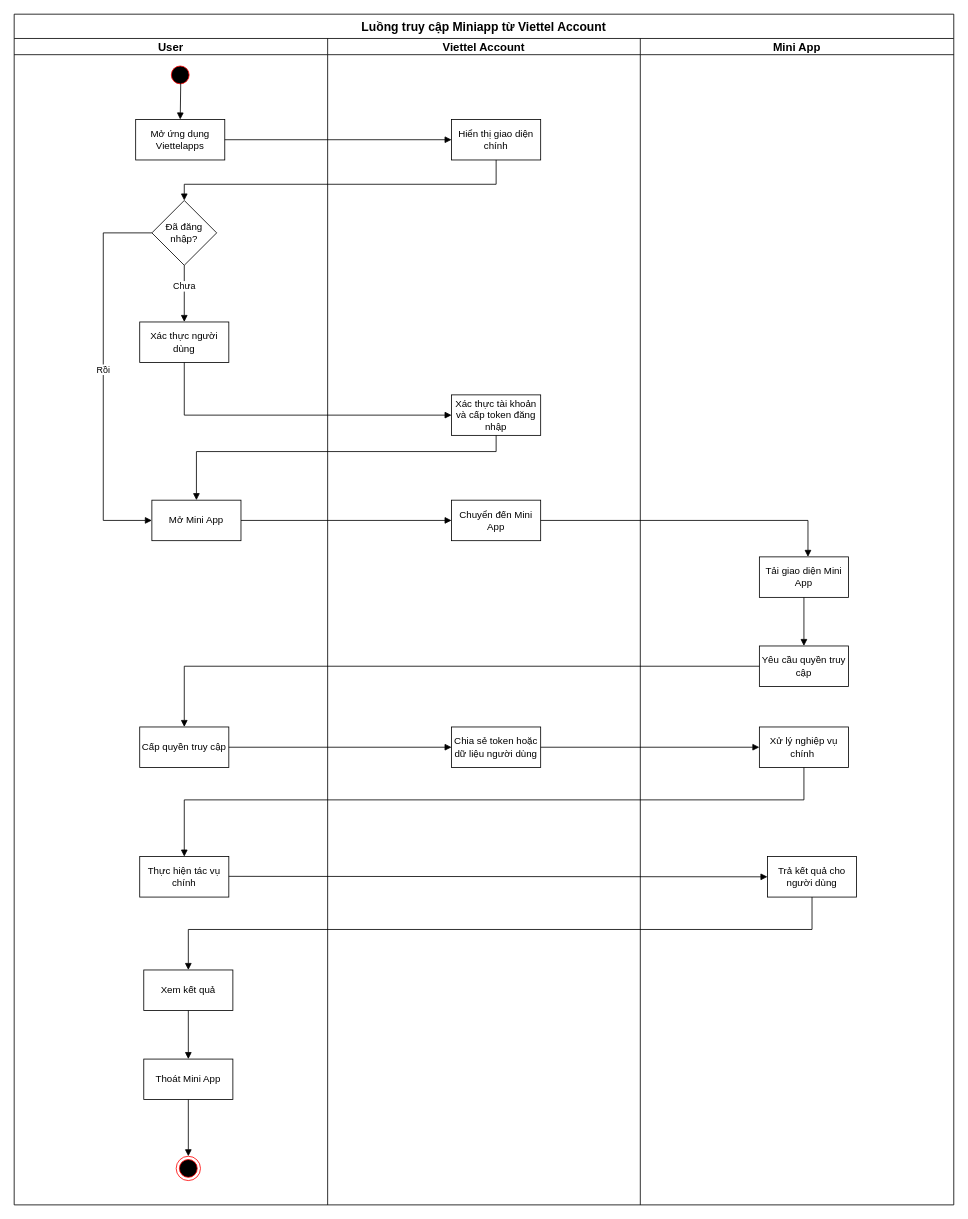
Earlier version of the draw.io diagram page "Trang-2" (2 of 2) of ViettelID.drawio (NamKhanhIT2/draw). Source tidied: cells renumbered, new cells numbered last; positions are measured from the earlier drawing's top-left corner, leaving out a move shared by most shapes. Both pictures are drawn from the tidied source at 81%, with x=0, y=0 at pixel (14, 14).
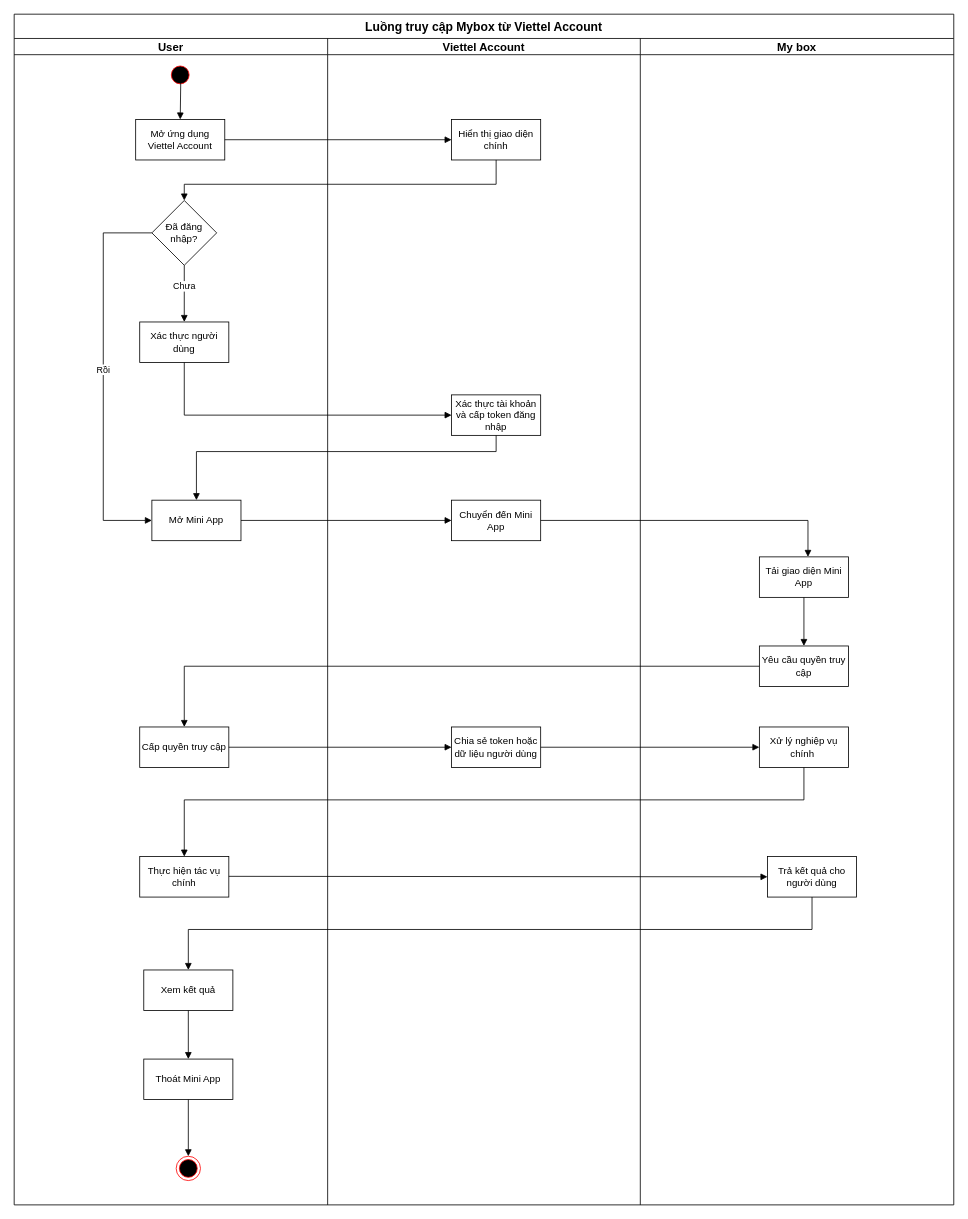
After the change.

Commit message:
Cập nhật ViettelID.drawio

Unchanged cells that the change refers to:
```xml
<mxCell id="3" style="shape=tableRow;horizontal=0;startSize=0;swimlaneHead=0;swimlaneBody=0;strokeColor=inherit;top=0;left=0;bottom=0;right=0;fillColor=none;" parent="2" vertex="1">
  <mxGeometry y="30" width="1160" height="20" as="geometry" />
</mxCell>
```

Change to the diagram source:
```diff
@@
-    <mxCell id="2" value="Luồng truy cập Miniapp từ Viettel Account" style="shape=table;startSize=30;childLayout=tableLayout;fontSize=15;fontStyle=1;" parent="1" vertex="1">
+    <mxCell id="2" value="Luồng truy cập Mybox từ Viettel Account" style="shape=table;startSize=30;childLayout=tableLayout;fontSize=15;fontStyle=1;" parent="1" vertex="1">
       <mxGeometry width="1160" height="1470" as="geometry" />
     </mxCell>
@@
-    <mxCell id="6" value="&lt;font style=&quot;font-size: 14px;&quot;&gt;&lt;b&gt;Mini App&lt;/b&gt;&lt;/font&gt;" style="shape=partialRectangle;html=1;whiteSpace=wrap;strokeColor=inherit;overflow=hidden;fillColor=none;top=0;left=0;bottom=0;right=0;" parent="3" vertex="1">
+    <mxCell id="6" value="&lt;font style=&quot;font-size: 14px;&quot;&gt;&lt;b&gt;My box&lt;/b&gt;&lt;/font&gt;" style="shape=partialRectangle;html=1;whiteSpace=wrap;strokeColor=inherit;overflow=hidden;fillColor=none;top=0;left=0;bottom=0;right=0;" parent="3" vertex="1">
       <mxGeometry x="773" width="387" height="20" as="geometry" />
     </mxCell>
@@
-    <mxCell id="12" value="Mở ứng dụng Viettelapps" style="html=1;whiteSpace=wrap;" parent="1" vertex="1">
+    <mxCell id="12" value="Mở ứng dụng Viettel Account" style="html=1;whiteSpace=wrap;" parent="1" vertex="1">
       <mxGeometry x="150" y="130" width="110" height="50" as="geometry" />
     </mxCell>
```
